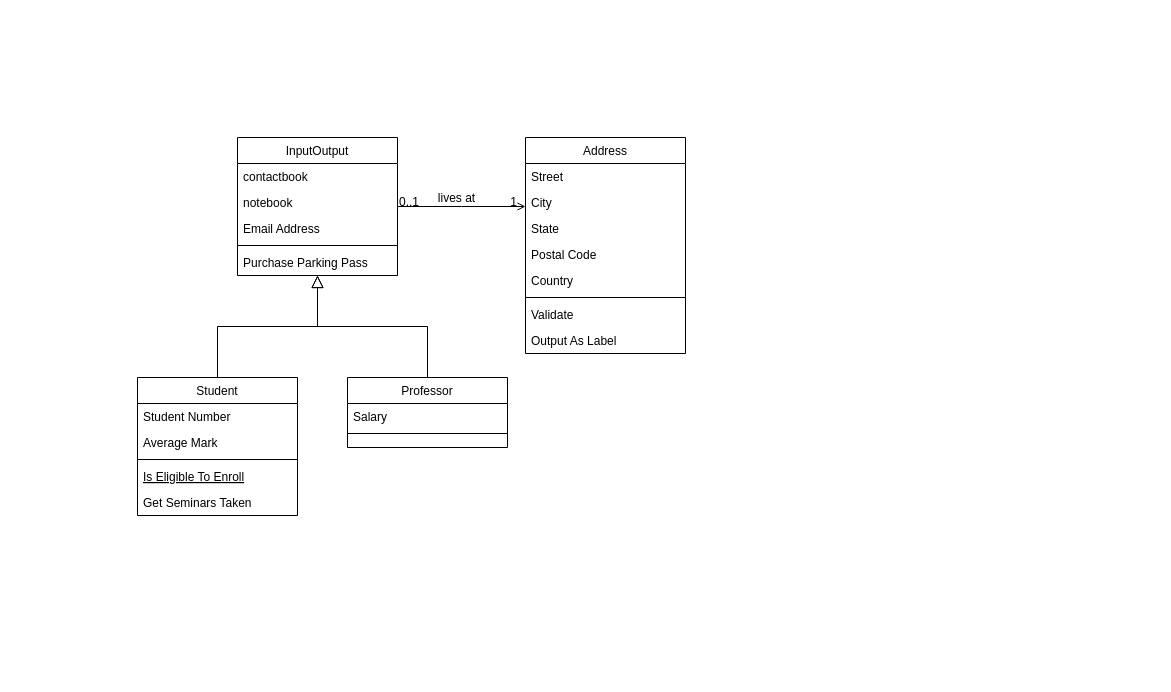
PavelStelmakhV/personal-assistant-with-cli keeps this draw.io diagram as Персональный помощник.drawio. Above is the earlier version. Source tidied: cells renumbered, new cells numbered last; positions are measured from the earlier drawing's top-left corner, leaving out a move shared by most shapes. Both pictures are drawn from the tidied source at 100%, with x=0, y=0 at pixel (137, 137).
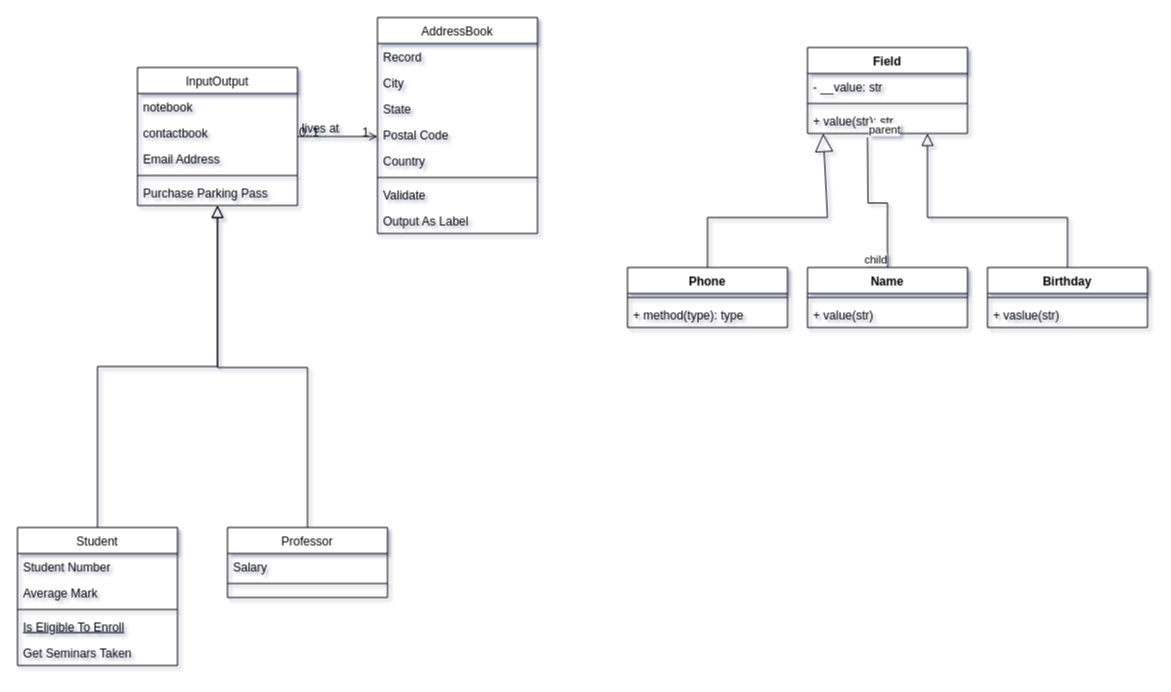
The same page after the edit.

Change to the diagram source:
```diff
@@
-<mxGraphModel>
+<mxGraphModel background="#ffffff" shadow="1">
@@
     <mxCell id="2" value="InputOutput" style="swimlane;fontStyle=0;align=center;verticalAlign=top;horizontal=1;startSize=26;rounded=0;shadow=0;strokeWidth=1;" parent="1" vertex="1">
-      <mxGeometry x="100" width="160" height="138" as="geometry" />
+      <mxGeometry y="-70" width="160" height="138" as="geometry" />
     </mxCell>
+    <mxCell id="4" value="notebook" style="text;align=left;verticalAlign=top;spacingLeft=4;spacingRight=4;overflow=hidden;rounded=0;shadow=0;html=0;" parent="2" vertex="1">
+      <mxGeometry y="26" width="160" height="26" as="geometry" />
+    </mxCell>
     <mxCell id="3" value="contactbook" style="text;align=left;verticalAlign=top;spacingLeft=4;spacingRight=4;overflow=hidden;" parent="2" vertex="1">
-      <mxGeometry y="26" width="160" height="26" as="geometry" />
+      <mxGeometry y="52" width="160" height="26" as="geometry" />
     </mxCell>
-    <mxCell id="4" value="notebook" style="text;align=left;verticalAlign=top;spacingLeft=4;spacingRight=4;overflow=hidden;rounded=0;shadow=0;html=0;" parent="2" vertex="1">
-      <mxGeometry y="52" width="160" height="26" as="geometry" />
-    </mxCell>
@@
     <mxCell id="8" value="Student" style="swimlane;fontStyle=0;align=center;verticalAlign=top;horizontal=1;startSize=26;rounded=0;shadow=0;strokeWidth=1;" parent="1" vertex="1">
-      <mxGeometry y="240" width="160" height="138" as="geometry" />
+      <mxGeometry x="-120" y="390" width="160" height="138" as="geometry" />
     </mxCell>
@@
     <mxCell id="15" value="Professor" style="swimlane;fontStyle=0;align=center;verticalAlign=top;horizontal=1;startSize=26;rounded=0;shadow=0;strokeWidth=1;" parent="1" vertex="1">
-      <mxGeometry x="210" y="240" width="160" height="70" as="geometry" />
+      <mxGeometry x="90" y="390" width="160" height="70" as="geometry" />
     </mxCell>
@@
     <mxCell id="18" style="endArrow=block;endSize=10;endFill=0;shadow=0;strokeWidth=1;rounded=0;edgeStyle=elbowEdgeStyle;elbow=vertical;" parent="1" edge="1" source="15" target="2">
-      <mxGeometry relative="1" as="geometry" />
+      <mxGeometry relative="1" as="geometry">
+        <Array as="points">
+          <mxPoint x="80" y="230" />
+        </Array>
+      </mxGeometry>
     </mxCell>
-    <mxCell id="19" value="Address" style="swimlane;fontStyle=0;align=center;verticalAlign=top;horizontal=1;startSize=26;rounded=0;shadow=0;strokeWidth=1;" parent="1" vertex="1">
-      <mxGeometry x="388" width="160" height="216" as="geometry" />
+    <mxCell id="19" value="AddressBook" style="swimlane;fontStyle=0;align=center;verticalAlign=top;horizontal=1;startSize=26;rounded=0;shadow=0;strokeWidth=1;" parent="1" vertex="1">
+      <mxGeometry x="240" y="-120" width="160" height="216" as="geometry" />
     </mxCell>
-    <mxCell id="20" value="Street" style="text;align=left;verticalAlign=top;spacingLeft=4;spacingRight=4;overflow=hidden;" parent="19" vertex="1">
+    <mxCell id="20" value="Record" style="text;align=left;verticalAlign=top;spacingLeft=4;spacingRight=4;overflow=hidden;" parent="19" vertex="1">
       <mxGeometry y="26" width="160" height="26" as="geometry" />
     </mxCell>
@@
     <mxCell id="28" style="endArrow=open;shadow=0;strokeWidth=1;rounded=0;endFill=1;edgeStyle=elbowEdgeStyle;elbow=vertical;" parent="1" edge="1" source="2" target="19">
       <mxGeometry x="0.5" y="41" relative="1" as="geometry">
+        <Array as="points">
+          <mxPoint x="360" y="-30" />
+          <mxPoint x="310" y="-30" />
+          <mxPoint x="280" y="10" />
+        </Array>
         <mxPoint x="-40" y="32" as="offset" />
       </mxGeometry>
     </mxCell>
@@
+    <mxCell id="32" value="Field" style="swimlane;fontStyle=1;align=center;verticalAlign=top;horizontal=1;startSize=26;" parent="1" vertex="1">
+      <mxGeometry x="670" y="-90" width="160" height="86" as="geometry" />
+    </mxCell>
+    <mxCell id="33" value="- __value: str" style="text;strokeColor=none;fillColor=none;align=left;verticalAlign=top;spacingLeft=4;spacingRight=4;overflow=hidden;" parent="32" vertex="1">
+      <mxGeometry y="26" width="160" height="26" as="geometry" />
+    </mxCell>
+    <mxCell id="34" style="line;strokeWidth=1;fillColor=none;align=left;verticalAlign=middle;spacingTop=-1;spacingLeft=3;spacingRight=3;labelPosition=right;strokeColor=inherit;" parent="32" vertex="1">
+      <mxGeometry y="52" width="160" height="8" as="geometry" />
+    </mxCell>
+    <mxCell id="35" value="+ value(str): str" style="text;strokeColor=none;fillColor=none;align=left;verticalAlign=top;spacingLeft=4;spacingRight=4;overflow=hidden;points=[[0,0.5],[1,0.5]];portConstraint=eastwest;" parent="32" vertex="1">
+      <mxGeometry y="60" width="160" height="26" as="geometry" />
+    </mxCell>
+    <mxCell id="36" value="Birthday" style="swimlane;fontStyle=1;align=center;verticalAlign=top;horizontal=1;startSize=26;" parent="1" vertex="1">
+      <mxGeometry x="850" y="130" width="160" height="60" as="geometry" />
+    </mxCell>
+    <mxCell id="37" style="line;strokeWidth=1;fillColor=none;align=left;verticalAlign=middle;spacingTop=-1;spacingLeft=3;spacingRight=3;labelPosition=right;strokeColor=inherit;" parent="36" vertex="1">
+      <mxGeometry y="26" width="160" height="8" as="geometry" />
+    </mxCell>
+    <mxCell id="38" value="+ vaslue(str)" style="text;strokeColor=none;fillColor=none;align=left;verticalAlign=top;spacingLeft=4;spacingRight=4;overflow=hidden;" parent="36" vertex="1">
+      <mxGeometry y="34" width="160" height="26" as="geometry" />
+    </mxCell>
+    <mxCell id="39" value="Name" style="swimlane;fontStyle=1;align=center;verticalAlign=top;horizontal=1;startSize=26;" parent="1" vertex="1">
+      <mxGeometry x="670" y="130" width="160" height="60" as="geometry" />
+    </mxCell>
+    <mxCell id="40" style="line;strokeWidth=1;fillColor=none;align=left;verticalAlign=middle;spacingTop=-1;spacingLeft=3;spacingRight=3;labelPosition=right;strokeColor=inherit;" parent="39" vertex="1">
+      <mxGeometry y="26" width="160" height="8" as="geometry" />
+    </mxCell>
+    <mxCell id="41" value="+ value(str)" style="text;strokeColor=none;fillColor=none;align=left;verticalAlign=top;spacingLeft=4;spacingRight=4;overflow=hidden;" parent="39" vertex="1">
+      <mxGeometry y="34" width="160" height="26" as="geometry" />
+    </mxCell>
+    <mxCell id="42" value="Phone" style="swimlane;fontStyle=1;align=center;verticalAlign=top;horizontal=1;startSize=26;" parent="1" vertex="1">
+      <mxGeometry x="490" y="130" width="160" height="60" as="geometry" />
+    </mxCell>
+    <mxCell id="43" style="line;strokeWidth=1;fillColor=none;align=left;verticalAlign=middle;spacingTop=-1;spacingLeft=3;spacingRight=3;labelPosition=right;strokeColor=inherit;" parent="42" vertex="1">
+      <mxGeometry y="26" width="160" height="8" as="geometry" />
+    </mxCell>
+    <mxCell id="44" value="+ method(type): type" style="text;strokeColor=none;fillColor=none;align=left;verticalAlign=top;spacingLeft=4;spacingRight=4;overflow=hidden;" parent="42" vertex="1">
+      <mxGeometry y="34" width="160" height="26" as="geometry" />
+    </mxCell>
+    <mxCell id="45" style="endArrow=block;endSize=16;endFill=0;rounded=0;exitX=0.5;exitY=0;exitDx=0;exitDy=0;entryX=0.098;entryY=1;entryDx=0;entryDy=0;entryPerimeter=0;" parent="1" edge="1" source="42" target="35">
+      <mxGeometry relative="1" as="geometry">
+        <Array as="points">
+          <mxPoint x="570" y="80" />
+          <mxPoint x="690" y="80" />
+        </Array>
+      </mxGeometry>
+    </mxCell>
+    <mxCell id="46" style="endArrow=block;endSize=10;endFill=0;shadow=0;strokeWidth=1;rounded=0;edgeStyle=elbowEdgeStyle;elbow=vertical;exitX=0.5;exitY=0;exitDx=0;exitDy=0;" parent="1" edge="1" source="36">
+      <mxGeometry relative="1" as="geometry">
+        <mxPoint x="790" y="-4" as="targetPoint" />
+        <Array as="points">
+          <mxPoint x="870" y="80" />
+        </Array>
+      </mxGeometry>
+    </mxCell>
+    <mxCell id="47" style="endArrow=none;edgeStyle=orthogonalEdgeStyle;rounded=0;entryX=0.5;entryY=0;entryDx=0;entryDy=0;endFill=0;" parent="1" edge="1" target="39">
+      <mxGeometry relative="1" as="geometry">
+        <mxPoint x="730" as="sourcePoint" />
+      </mxGeometry>
+    </mxCell>
+    <mxCell id="48" value="parent" style="edgeLabel;html=1;align=left;verticalAlign=bottom;" parent="47" vertex="1">
+      <mxGeometry x="-1" relative="1" as="geometry" />
+    </mxCell>
+    <mxCell id="49" value="child" style="edgeLabel;html=1;align=right;verticalAlign=bottom;" parent="47" vertex="1">
+      <mxGeometry x="1" relative="1" as="geometry" />
+    </mxCell>
```
